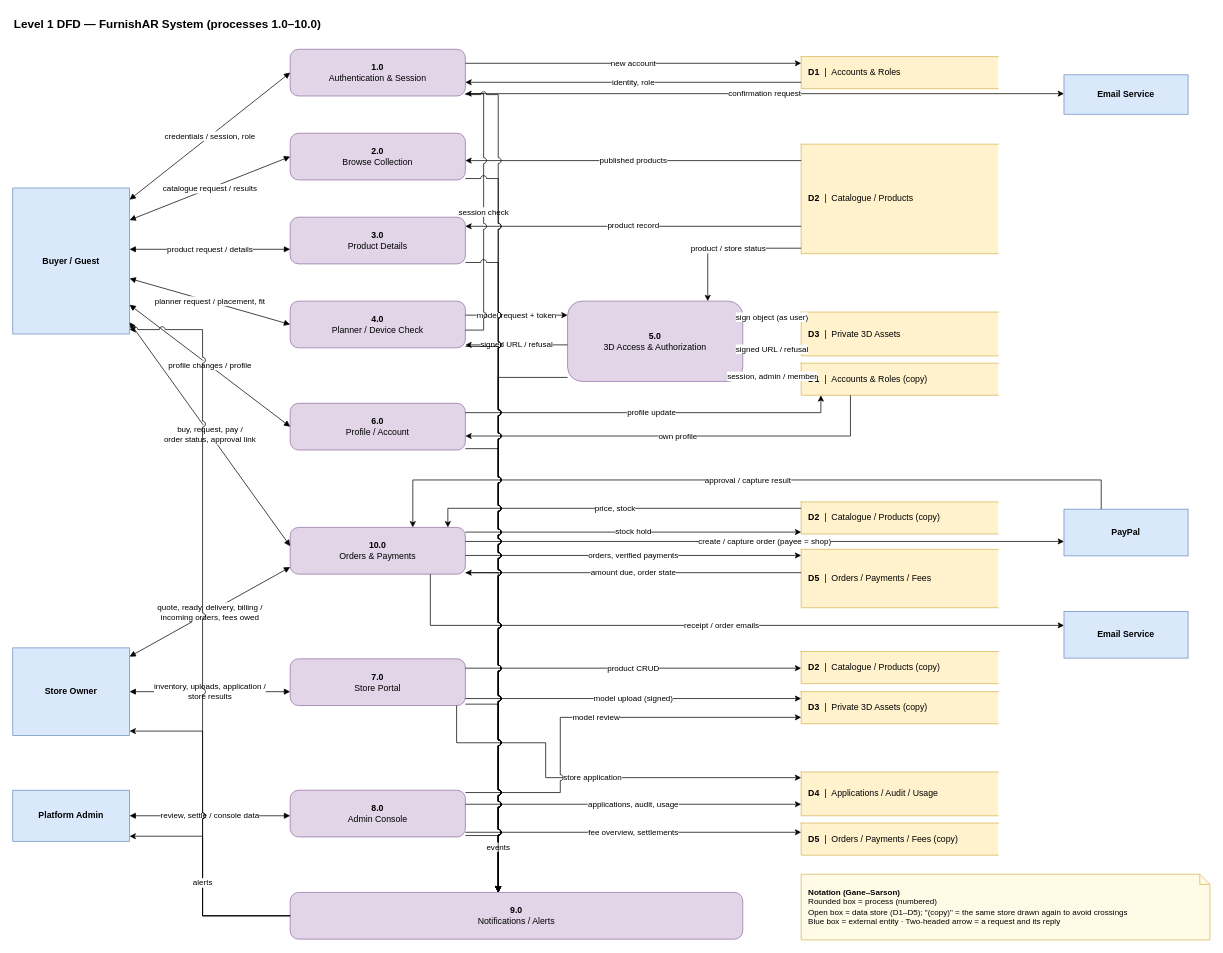
The draw.io diagram page "Level 1 — System DFD" (2 of 13) of docs/FURNISHAR-DFD-V2.drawio in Kenji0000X/FurnishAR.v1, before the edit. Source tidied: cells renumbered, new cells numbered last; positions are measured from the earlier drawing's top-left corner, leaving out a move shared by most shapes. Both pictures are drawn from the tidied source at 73%, with x=0, y=0 at pixel (12, 12).
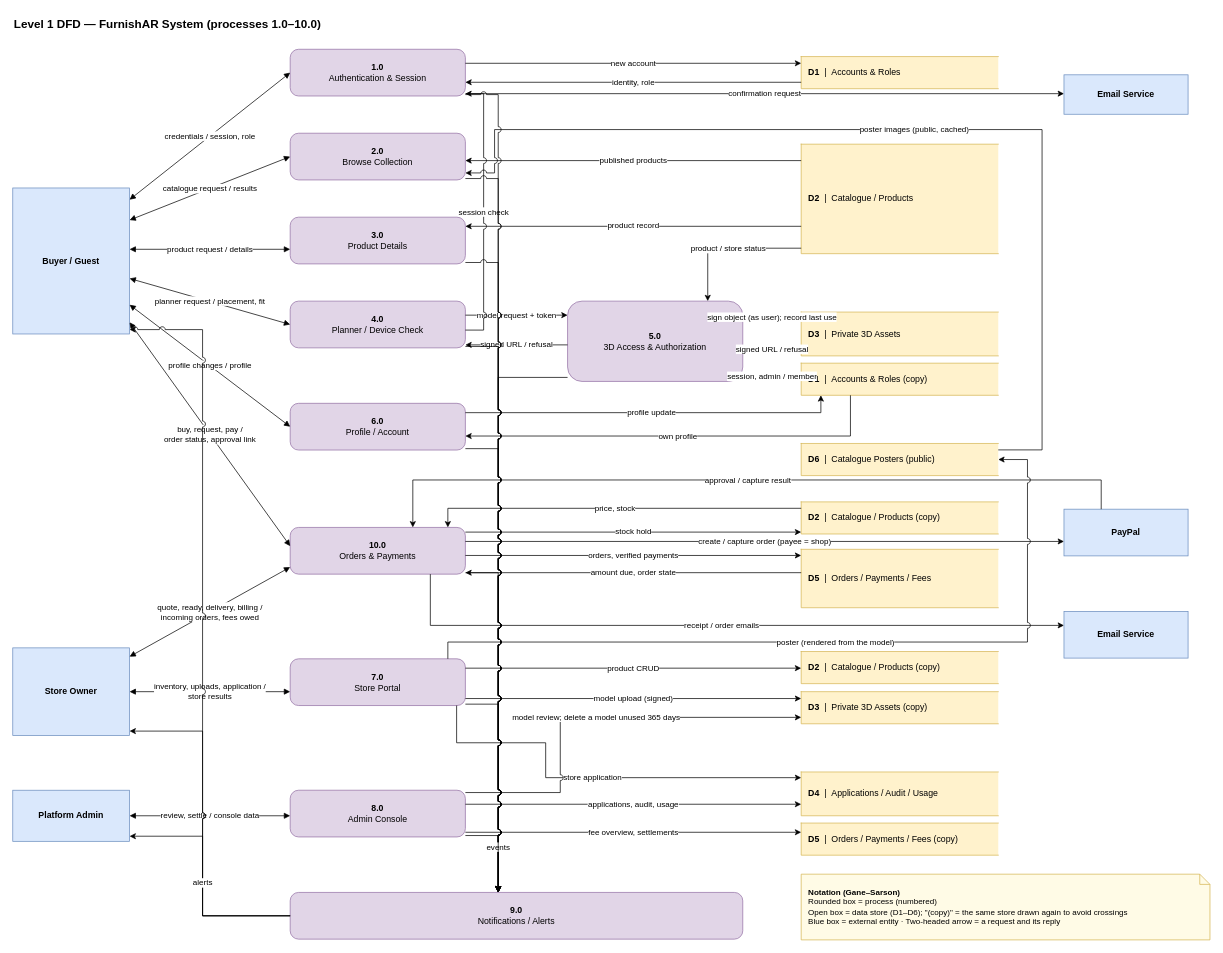
Above is the later version.

Unchanged cells that the change refers to:
```xml
<mxCell id="3" value="Buyer / Guest" style="rounded=0;whiteSpace=wrap;html=1;fillColor=#dae8fc;strokeColor=#6c8ebf;fontStyle=1;" parent="1" vertex="1">
  <mxGeometry y="240" width="160" height="200" as="geometry" />
</mxCell>
<mxCell id="4" value="Store Owner" style="rounded=0;whiteSpace=wrap;html=1;fillColor=#dae8fc;strokeColor=#6c8ebf;fontStyle=1;" parent="1" vertex="1">
  <mxGeometry y="870" width="160" height="120" as="geometry" />
</mxCell>
<mxCell id="5" value="Platform Admin" style="rounded=0;whiteSpace=wrap;html=1;fillColor=#dae8fc;strokeColor=#6c8ebf;fontStyle=1;" parent="1" vertex="1">
  <mxGeometry y="1065" width="160" height="70" as="geometry" />
</mxCell>
<mxCell id="9" value="&lt;b&gt;1.0&lt;/b&gt;&lt;br&gt;Authentication &amp;amp; Session" style="rounded=1;whiteSpace=wrap;html=1;fillColor=#e1d5e7;strokeColor=#9673a6;arcSize=18;" parent="1" vertex="1">
  <mxGeometry x="380" y="50" width="240" height="64" as="geometry" />
</mxCell>
<mxCell id="10" value="&lt;b&gt;2.0&lt;/b&gt;&lt;br&gt;Browse Collection" style="rounded=1;whiteSpace=wrap;html=1;fillColor=#e1d5e7;strokeColor=#9673a6;arcSize=18;" parent="1" vertex="1">
  <mxGeometry x="380" y="165" width="240" height="64" as="geometry" />
</mxCell>
<mxCell id="11" value="&lt;b&gt;3.0&lt;/b&gt;&lt;br&gt;Product Details" style="rounded=1;whiteSpace=wrap;html=1;fillColor=#e1d5e7;strokeColor=#9673a6;arcSize=18;" parent="1" vertex="1">
  <mxGeometry x="380" y="280" width="240" height="64" as="geometry" />
</mxCell>
<mxCell id="12" value="&lt;b&gt;4.0&lt;/b&gt;&lt;br&gt;Planner / Device Check" style="rounded=1;whiteSpace=wrap;html=1;fillColor=#e1d5e7;strokeColor=#9673a6;arcSize=18;" parent="1" vertex="1">
  <mxGeometry x="380" y="395" width="240" height="64" as="geometry" />
</mxCell>
<mxCell id="13" value="&lt;b&gt;6.0&lt;/b&gt;&lt;br&gt;Profile / Account" style="rounded=1;whiteSpace=wrap;html=1;fillColor=#e1d5e7;strokeColor=#9673a6;arcSize=18;" parent="1" vertex="1">
  <mxGeometry x="380" y="535" width="240" height="64" as="geometry" />
</mxCell>
<mxCell id="14" value="&lt;b&gt;10.0&lt;/b&gt;&lt;br&gt;Orders &amp;amp; Payments" style="rounded=1;whiteSpace=wrap;html=1;fillColor=#e1d5e7;strokeColor=#9673a6;arcSize=18;" parent="1" vertex="1">
  <mxGeometry x="380" y="705" width="240" height="64" as="geometry" />
</mxCell>
<mxCell id="15" value="&lt;b&gt;7.0&lt;/b&gt;&lt;br&gt;Store Portal" style="rounded=1;whiteSpace=wrap;html=1;fillColor=#e1d5e7;strokeColor=#9673a6;arcSize=18;" parent="1" vertex="1">
  <mxGeometry x="380" y="885" width="240" height="64" as="geometry" />
</mxCell>
<mxCell id="16" value="&lt;b&gt;8.0&lt;/b&gt;&lt;br&gt;Admin Console" style="rounded=1;whiteSpace=wrap;html=1;fillColor=#e1d5e7;strokeColor=#9673a6;arcSize=18;" parent="1" vertex="1">
  <mxGeometry x="380" y="1065" width="240" height="64" as="geometry" />
</mxCell>
<mxCell id="17" value="&lt;b&gt;5.0&lt;/b&gt;&lt;br&gt;3D Access &amp;amp; Authorization" style="rounded=1;whiteSpace=wrap;html=1;fillColor=#e1d5e7;strokeColor=#9673a6;arcSize=18;" parent="1" vertex="1">
  <mxGeometry x="760" y="395" width="240" height="110" as="geometry" />
</mxCell>
<mxCell id="18" value="&lt;b&gt;9.0&lt;/b&gt;&lt;br&gt;Notifications / Alerts" style="rounded=1;whiteSpace=wrap;html=1;fillColor=#e1d5e7;strokeColor=#9673a6;arcSize=18;" parent="1" vertex="1">
  <mxGeometry x="380" y="1205" width="620" height="64" as="geometry" />
</mxCell>
<mxCell id="21" value="&lt;b&gt;D3&lt;/b&gt;&amp;nbsp;&amp;nbsp;|&amp;nbsp;&amp;nbsp;Private 3D Assets" style="shape=partialRectangle;whiteSpace=wrap;html=1;right=0;fillColor=#fff2cc;strokeColor=#d6b656;align=left;spacingLeft=8;" parent="1" vertex="1">
  <mxGeometry x="1080" y="410" width="270" height="60" as="geometry" />
</mxCell>
<mxCell id="26" value="&lt;b&gt;D3&lt;/b&gt;&amp;nbsp;&amp;nbsp;|&amp;nbsp;&amp;nbsp;Private 3D Assets (copy)" style="shape=partialRectangle;whiteSpace=wrap;html=1;right=0;fillColor=#fff2cc;strokeColor=#d6b656;align=left;spacingLeft=8;" parent="1" vertex="1">
  <mxGeometry x="1080" y="930" width="270" height="44" as="geometry" />
</mxCell>
<mxCell id="27" value="&lt;b&gt;D4&lt;/b&gt;&amp;nbsp;&amp;nbsp;|&amp;nbsp;&amp;nbsp;Applications / Audit / Usage" style="shape=partialRectangle;whiteSpace=wrap;html=1;right=0;fillColor=#fff2cc;strokeColor=#d6b656;align=left;spacingLeft=8;" parent="1" vertex="1">
  <mxGeometry x="1080" y="1040" width="270" height="60" as="geometry" />
</mxCell>
<mxCell id="28" value="&lt;b&gt;D5&lt;/b&gt;&amp;nbsp;&amp;nbsp;|&amp;nbsp;&amp;nbsp;Orders / Payments / Fees (copy)" style="shape=partialRectangle;whiteSpace=wrap;html=1;right=0;fillColor=#fff2cc;strokeColor=#d6b656;align=left;spacingLeft=8;" parent="1" vertex="1">
  <mxGeometry x="1080" y="1110" width="270" height="44" as="geometry" />
</mxCell>
```

What changed in the source:
```diff
@@
+    <mxCell id="78" value="&lt;b&gt;D6&lt;/b&gt;&amp;nbsp;&amp;nbsp;|&amp;nbsp;&amp;nbsp;Catalogue Posters (public)" style="shape=partialRectangle;whiteSpace=wrap;html=1;right=0;fillColor=#fff2cc;strokeColor=#d6b656;align=left;spacingLeft=8;" parent="1" vertex="1">
+      <mxGeometry x="1080" y="590" width="270" height="44" as="geometry" />
+    </mxCell>
@@
-    <mxCell id="29" value="&lt;b&gt;Notation (Gane–Sarson)&lt;/b&gt;&lt;br&gt;Rounded box = process (numbered)&lt;br&gt;Open box = data store (D1–D5); &quot;(copy)&quot; = the same store drawn again to avoid crossings&lt;br&gt;Blue box = external entity · Two-headed arrow = a request and its reply" style="shape=note;whiteSpace=wrap;html=1;size=14;fillColor=#fffbe6;strokeColor=#d6b656;align=left;spacingLeft=8;fontSize=11;" parent="1" vertex="1">
+    <mxCell id="29" value="&lt;b&gt;Notation (Gane–Sarson)&lt;/b&gt;&lt;br&gt;Rounded box = process (numbered)&lt;br&gt;Open box = data store (D1–D6); &quot;(copy)&quot; = the same store drawn again to avoid crossings&lt;br&gt;Blue box = external entity · Two-headed arrow = a request and its reply" style="shape=note;whiteSpace=wrap;html=1;size=14;fillColor=#fffbe6;strokeColor=#d6b656;align=left;spacingLeft=8;fontSize=11;" parent="1" vertex="1">
       <mxGeometry x="1080" y="1180" width="560" height="90" as="geometry" />
     </mxCell>
@@
-    <mxCell id="48" value="sign object (as user)" style="edgeStyle=orthogonalEdgeStyle;rounded=0;jettySize=auto;html=1;fontSize=11;labelBackgroundColor=#ffffff;jumpStyle=arc;jumpSize=8;exitX=1;exitY=0.2;exitDx=0;exitDy=0;entryX=0;entryY=0.1167;entryDx=0;entryDy=0;" parent="1" edge="1" source="17" target="21">
+    <mxCell id="48" value="sign object (as user); record last use" style="edgeStyle=orthogonalEdgeStyle;rounded=0;jettySize=auto;html=1;fontSize=11;labelBackgroundColor=#ffffff;jumpStyle=arc;jumpSize=8;exitX=1;exitY=0.2;exitDx=0;exitDy=0;entryX=0;entryY=0.1167;entryDx=0;entryDy=0;" parent="1" edge="1" source="17" target="21">
       <mxGeometry relative="1" as="geometry" />
     </mxCell>
@@
-    <mxCell id="62" value="store application" style="edgeStyle=orthogonalEdgeStyle;rounded=0;jettySize=auto;html=1;fontSize=11;labelBackgroundColor=#ffffff;jumpStyle=arc;jumpSize=8;exitX=0.95;exitY=1;exitDx=0;exitDy=0;entryX=0;entryY=0.13;entryDx=0;entryDy=0;" parent="1" edge="1" source="15" target="27">
+    <mxCell id="62" value="poster (rendered from the model)" style="edgeStyle=orthogonalEdgeStyle;rounded=0;jettySize=auto;html=1;fontSize=11;labelBackgroundColor=#ffffff;jumpStyle=arc;jumpSize=8;exitX=0.9;exitY=0;exitDx=0;exitDy=0;entryX=1;entryY=0.5;entryDx=0;entryDy=0;" parent="1" edge="1" source="15" target="78">
       <mxGeometry relative="1" as="geometry">
         <Array as="points">
-          <mxPoint x="608" y="1000" />
-          <mxPoint x="730" y="1000" />
-          <mxPoint x="730" y="1047.8" />
+          <mxPoint x="596" y="862" />
+          <mxPoint x="1390" y="862" />
+          <mxPoint x="1390" y="612" />
         </Array>
       </mxGeometry>
     </mxCell>
-    <mxCell id="63" value="applications, audit, usage" style="edgeStyle=orthogonalEdgeStyle;rounded=0;jettySize=auto;html=1;fontSize=11;labelBackgroundColor=#ffffff;jumpStyle=arc;jumpSize=8;exitX=1;exitY=0.3;exitDx=0;exitDy=0;entryX=0;entryY=0.7367;entryDx=0;entryDy=0;" parent="1" edge="1" source="16" target="27">
-      <mxGeometry relative="1" as="geometry" />
+    <mxCell id="63" value="poster images (public, cached)" style="edgeStyle=orthogonalEdgeStyle;rounded=0;jettySize=auto;html=1;fontSize=11;labelBackgroundColor=#ffffff;jumpStyle=arc;jumpSize=8;exitX=1;exitY=0.2;exitDx=0;exitDy=0;entryX=1;entryY=0.85;entryDx=0;entryDy=0;" parent="1" edge="1" source="78" target="10">
+      <mxGeometry relative="1" as="geometry">
+        <Array as="points">
+          <mxPoint x="1410" y="598.8" />
+          <mxPoint x="1410" y="160" />
+          <mxPoint x="660" y="160" />
+          <mxPoint x="660" y="219.4" />
+        </Array>
+      </mxGeometry>
     </mxCell>
-    <mxCell id="64" value="fee overview, settlements" style="edgeStyle=orthogonalEdgeStyle;rounded=0;jettySize=auto;html=1;fontSize=11;labelBackgroundColor=#ffffff;jumpStyle=arc;jumpSize=8;exitX=1;exitY=0.9;exitDx=0;exitDy=0;entryX=0;entryY=0.2864;entryDx=0;entryDy=0;" parent="1" edge="1" source="16" target="28">
-      <mxGeometry relative="1" as="geometry" />
+    <mxCell id="64" value="store application" style="edgeStyle=orthogonalEdgeStyle;rounded=0;jettySize=auto;html=1;fontSize=11;labelBackgroundColor=#ffffff;jumpStyle=arc;jumpSize=8;exitX=0.95;exitY=1;exitDx=0;exitDy=0;entryX=0;entryY=0.13;entryDx=0;entryDy=0;" parent="1" edge="1" source="15" target="27">
+      <mxGeometry relative="1" as="geometry">
+        <Array as="points">
+          <mxPoint x="608" y="1000" />
+          <mxPoint x="730" y="1000" />
+          <mxPoint x="730" y="1047.8" />
+        </Array>
+      </mxGeometry>
     </mxCell>
-    <mxCell id="65" value="model review" style="edgeStyle=orthogonalEdgeStyle;rounded=0;jettySize=auto;html=1;fontSize=11;labelBackgroundColor=#ffffff;jumpStyle=arc;jumpSize=8;exitX=1;exitY=0.05;exitDx=0;exitDy=0;entryX=0;entryY=0.8;entryDx=0;entryDy=0;" parent="1" edge="1" source="16" target="26">
-      <mxGeometry relative="1" as="geometry">
-        <Array as="points">
-          <mxPoint x="750" y="1068.2" />
-          <mxPoint x="750" y="965.2" />
-        </Array>
-      </mxGeometry>
+    <mxCell id="65" value="applications, audit, usage" style="edgeStyle=orthogonalEdgeStyle;rounded=0;jettySize=auto;html=1;fontSize=11;labelBackgroundColor=#ffffff;jumpStyle=arc;jumpSize=8;exitX=1;exitY=0.3;exitDx=0;exitDy=0;entryX=0;entryY=0.7367;entryDx=0;entryDy=0;" parent="1" edge="1" source="16" target="27">
+      <mxGeometry relative="1" as="geometry" />
     </mxCell>
-    <mxCell id="66" style="edgeStyle=orthogonalEdgeStyle;rounded=0;jettySize=auto;html=1;fontSize=11;labelBackgroundColor=#ffffff;jumpStyle=arc;jumpSize=8;exitX=1;exitY=0.97;exitDx=0;exitDy=0;entryX=0.4597;entryY=0;entryDx=0;entryDy=0;" parent="1" edge="1" source="9" target="18">
-      <mxGeometry relative="1" as="geometry">
-        <Array as="points">
-          <mxPoint x="665" y="112.1" />
-          <mxPoint x="665" y="1205" />
-        </Array>
-      </mxGeometry>
+    <mxCell id="66" value="fee overview, settlements" style="edgeStyle=orthogonalEdgeStyle;rounded=0;jettySize=auto;html=1;fontSize=11;labelBackgroundColor=#ffffff;jumpStyle=arc;jumpSize=8;exitX=1;exitY=0.9;exitDx=0;exitDy=0;entryX=0;entryY=0.2864;entryDx=0;entryDy=0;" parent="1" edge="1" source="16" target="28">
+      <mxGeometry relative="1" as="geometry" />
     </mxCell>
-    <mxCell id="67" style="edgeStyle=orthogonalEdgeStyle;rounded=0;jettySize=auto;html=1;fontSize=11;labelBackgroundColor=#ffffff;jumpStyle=arc;jumpSize=8;exitX=1;exitY=0.97;exitDx=0;exitDy=0;entryX=0.4597;entryY=0;entryDx=0;entryDy=0;" parent="1" edge="1" source="10" target="18">
+    <mxCell id="67" value="model review; delete a model unused 365 days" style="edgeStyle=orthogonalEdgeStyle;rounded=0;jettySize=auto;html=1;fontSize=11;labelBackgroundColor=#ffffff;jumpStyle=arc;jumpSize=8;exitX=1;exitY=0.05;exitDx=0;exitDy=0;entryX=0;entryY=0.8;entryDx=0;entryDy=0;" parent="1" edge="1" source="16" target="26">
       <mxGeometry relative="1" as="geometry">
         <Array as="points">
-          <mxPoint x="665" y="227.1" />
-          <mxPoint x="665" y="1205" />
+          <mxPoint x="750" y="1068.2" />
+          <mxPoint x="750" y="965.2" />
         </Array>
       </mxGeometry>
     </mxCell>
-    <mxCell id="68" style="edgeStyle=orthogonalEdgeStyle;rounded=0;jettySize=auto;html=1;fontSize=11;labelBackgroundColor=#ffffff;jumpStyle=arc;jumpSize=8;exitX=1;exitY=0.97;exitDx=0;exitDy=0;entryX=0.4597;entryY=0;entryDx=0;entryDy=0;" parent="1" edge="1" source="11" target="18">
+    <mxCell id="68" style="edgeStyle=orthogonalEdgeStyle;rounded=0;jettySize=auto;html=1;fontSize=11;labelBackgroundColor=#ffffff;jumpStyle=arc;jumpSize=8;exitX=1;exitY=0.97;exitDx=0;exitDy=0;entryX=0.4597;entryY=0;entryDx=0;entryDy=0;" parent="1" edge="1" source="9" target="18">
       <mxGeometry relative="1" as="geometry">
         <Array as="points">
-          <mxPoint x="665" y="342.1" />
+          <mxPoint x="665" y="112.1" />
           <mxPoint x="665" y="1205" />
         </Array>
       </mxGeometry>
     </mxCell>
-    <mxCell id="69" style="edgeStyle=orthogonalEdgeStyle;rounded=0;jettySize=auto;html=1;fontSize=11;labelBackgroundColor=#ffffff;jumpStyle=arc;jumpSize=8;exitX=1;exitY=0.97;exitDx=0;exitDy=0;entryX=0.4597;entryY=0;entryDx=0;entryDy=0;" parent="1" edge="1" source="12" target="18">
+    <mxCell id="69" style="edgeStyle=orthogonalEdgeStyle;rounded=0;jettySize=auto;html=1;fontSize=11;labelBackgroundColor=#ffffff;jumpStyle=arc;jumpSize=8;exitX=1;exitY=0.97;exitDx=0;exitDy=0;entryX=0.4597;entryY=0;entryDx=0;entryDy=0;" parent="1" edge="1" source="10" target="18">
       <mxGeometry relative="1" as="geometry">
         <Array as="points">
-          <mxPoint x="665" y="457.1" />
+          <mxPoint x="665" y="227.1" />
           <mxPoint x="665" y="1205" />
         </Array>
       </mxGeometry>
     </mxCell>
-    <mxCell id="70" style="edgeStyle=orthogonalEdgeStyle;rounded=0;jettySize=auto;html=1;fontSize=11;labelBackgroundColor=#ffffff;jumpStyle=arc;jumpSize=8;exitX=1;exitY=0.97;exitDx=0;exitDy=0;entryX=0.4597;entryY=0;entryDx=0;entryDy=0;" parent="1" edge="1" source="13" target="18">
+    <mxCell id="70" style="edgeStyle=orthogonalEdgeStyle;rounded=0;jettySize=auto;html=1;fontSize=11;labelBackgroundColor=#ffffff;jumpStyle=arc;jumpSize=8;exitX=1;exitY=0.97;exitDx=0;exitDy=0;entryX=0.4597;entryY=0;entryDx=0;entryDy=0;" parent="1" edge="1" source="11" target="18">
       <mxGeometry relative="1" as="geometry">
         <Array as="points">
-          <mxPoint x="665" y="597.1" />
+          <mxPoint x="665" y="342.1" />
           <mxPoint x="665" y="1205" />
         </Array>
       </mxGeometry>
     </mxCell>
-    <mxCell id="71" style="edgeStyle=orthogonalEdgeStyle;rounded=0;jettySize=auto;html=1;fontSize=11;labelBackgroundColor=#ffffff;jumpStyle=arc;jumpSize=8;exitX=1;exitY=0.97;exitDx=0;exitDy=0;entryX=0.4597;entryY=0;entryDx=0;entryDy=0;" parent="1" edge="1" source="14" target="18">
+    <mxCell id="71" style="edgeStyle=orthogonalEdgeStyle;rounded=0;jettySize=auto;html=1;fontSize=11;labelBackgroundColor=#ffffff;jumpStyle=arc;jumpSize=8;exitX=1;exitY=0.97;exitDx=0;exitDy=0;entryX=0.4597;entryY=0;entryDx=0;entryDy=0;" parent="1" edge="1" source="12" target="18">
       <mxGeometry relative="1" as="geometry">
         <Array as="points">
-          <mxPoint x="665" y="767.1" />
+          <mxPoint x="665" y="457.1" />
           <mxPoint x="665" y="1205" />
         </Array>
       </mxGeometry>
     </mxCell>
-    <mxCell id="72" style="edgeStyle=orthogonalEdgeStyle;rounded=0;jettySize=auto;html=1;fontSize=11;labelBackgroundColor=#ffffff;jumpStyle=arc;jumpSize=8;exitX=1;exitY=0.97;exitDx=0;exitDy=0;entryX=0.4597;entryY=0;entryDx=0;entryDy=0;" parent="1" edge="1" source="15" target="18">
+    <mxCell id="72" style="edgeStyle=orthogonalEdgeStyle;rounded=0;jettySize=auto;html=1;fontSize=11;labelBackgroundColor=#ffffff;jumpStyle=arc;jumpSize=8;exitX=1;exitY=0.97;exitDx=0;exitDy=0;entryX=0.4597;entryY=0;entryDx=0;entryDy=0;" parent="1" edge="1" source="13" target="18">
       <mxGeometry relative="1" as="geometry">
         <Array as="points">
-          <mxPoint x="665" y="947.1" />
+          <mxPoint x="665" y="597.1" />
           <mxPoint x="665" y="1205" />
         </Array>
       </mxGeometry>
     </mxCell>
-    <mxCell id="73" value="events" style="edgeStyle=orthogonalEdgeStyle;rounded=0;jettySize=auto;html=1;fontSize=11;labelBackgroundColor=#ffffff;jumpStyle=arc;jumpSize=8;exitX=1;exitY=0.97;exitDx=0;exitDy=0;entryX=0.4597;entryY=0;entryDx=0;entryDy=0;" parent="1" edge="1" source="16" target="18">
+    <mxCell id="73" style="edgeStyle=orthogonalEdgeStyle;rounded=0;jettySize=auto;html=1;fontSize=11;labelBackgroundColor=#ffffff;jumpStyle=arc;jumpSize=8;exitX=1;exitY=0.97;exitDx=0;exitDy=0;entryX=0.4597;entryY=0;entryDx=0;entryDy=0;" parent="1" edge="1" source="14" target="18">
       <mxGeometry relative="1" as="geometry">
         <Array as="points">
-          <mxPoint x="665" y="1127.1" />
+          <mxPoint x="665" y="767.1" />
           <mxPoint x="665" y="1205" />
         </Array>
       </mxGeometry>
     </mxCell>
-    <mxCell id="74" style="edgeStyle=orthogonalEdgeStyle;rounded=0;jettySize=auto;html=1;fontSize=11;labelBackgroundColor=#ffffff;jumpStyle=arc;jumpSize=8;exitX=0;exitY=0.95;exitDx=0;exitDy=0;entryX=0.4597;entryY=0;entryDx=0;entryDy=0;" parent="1" edge="1" source="17" target="18">
+    <mxCell id="74" style="edgeStyle=orthogonalEdgeStyle;rounded=0;jettySize=auto;html=1;fontSize=11;labelBackgroundColor=#ffffff;jumpStyle=arc;jumpSize=8;exitX=1;exitY=0.97;exitDx=0;exitDy=0;entryX=0.4597;entryY=0;entryDx=0;entryDy=0;" parent="1" edge="1" source="15" target="18">
       <mxGeometry relative="1" as="geometry">
         <Array as="points">
-          <mxPoint x="665" y="499.5" />
+          <mxPoint x="665" y="947.1" />
           <mxPoint x="665" y="1205" />
         </Array>
       </mxGeometry>
     </mxCell>
-    <mxCell id="75" style="edgeStyle=orthogonalEdgeStyle;rounded=0;jettySize=auto;html=1;fontSize=11;labelBackgroundColor=#ffffff;jumpStyle=arc;jumpSize=8;exitX=0;exitY=0.5;exitDx=0;exitDy=0;entryX=1;entryY=0.97;entryDx=0;entryDy=0;" parent="1" edge="1" source="18" target="3">
+    <mxCell id="75" value="events" style="edgeStyle=orthogonalEdgeStyle;rounded=0;jettySize=auto;html=1;fontSize=11;labelBackgroundColor=#ffffff;jumpStyle=arc;jumpSize=8;exitX=1;exitY=0.97;exitDx=0;exitDy=0;entryX=0.4597;entryY=0;entryDx=0;entryDy=0;" parent="1" edge="1" source="16" target="18">
       <mxGeometry relative="1" as="geometry">
         <Array as="points">
-          <mxPoint x="260" y="1237" />
-          <mxPoint x="260" y="434" />
+          <mxPoint x="665" y="1127.1" />
+          <mxPoint x="665" y="1205" />
         </Array>
       </mxGeometry>
     </mxCell>
-    <mxCell id="76" style="edgeStyle=orthogonalEdgeStyle;rounded=0;jettySize=auto;html=1;fontSize=11;labelBackgroundColor=#ffffff;jumpStyle=arc;jumpSize=8;exitX=0;exitY=0.5;exitDx=0;exitDy=0;entryX=1;entryY=0.95;entryDx=0;entryDy=0;" parent="1" edge="1" source="18" target="4">
+    <mxCell id="76" style="edgeStyle=orthogonalEdgeStyle;rounded=0;jettySize=auto;html=1;fontSize=11;labelBackgroundColor=#ffffff;jumpStyle=arc;jumpSize=8;exitX=0;exitY=0.95;exitDx=0;exitDy=0;entryX=0.4597;entryY=0;entryDx=0;entryDy=0;" parent="1" edge="1" source="17" target="18">
       <mxGeometry relative="1" as="geometry">
         <Array as="points">
-          <mxPoint x="260" y="1237" />
-          <mxPoint x="260" y="984" />
+          <mxPoint x="665" y="499.5" />
+          <mxPoint x="665" y="1205" />
         </Array>
       </mxGeometry>
     </mxCell>
-    <mxCell id="77" value="alerts" style="edgeStyle=orthogonalEdgeStyle;rounded=0;jettySize=auto;html=1;fontSize=11;labelBackgroundColor=#ffffff;jumpStyle=arc;jumpSize=8;exitX=0;exitY=0.5;exitDx=0;exitDy=0;entryX=1;entryY=0.9;entryDx=0;entryDy=0;" parent="1" edge="1" source="18" target="5">
+    <mxCell id="77" style="edgeStyle=orthogonalEdgeStyle;rounded=0;jettySize=auto;html=1;fontSize=11;labelBackgroundColor=#ffffff;jumpStyle=arc;jumpSize=8;exitX=0;exitY=0.5;exitDx=0;exitDy=0;entryX=1;entryY=0.97;entryDx=0;entryDy=0;" parent="1" edge="1" source="18" target="3">
       <mxGeometry relative="1" as="geometry">
         <Array as="points">
           <mxPoint x="260" y="1237" />
-          <mxPoint x="260" y="1128" />
+          <mxPoint x="260" y="434" />
         </Array>
       </mxGeometry>
     </mxCell>
+    <mxCell id="79" style="edgeStyle=orthogonalEdgeStyle;rounded=0;jettySize=auto;html=1;fontSize=11;labelBackgroundColor=#ffffff;jumpStyle=arc;jumpSize=8;exitX=0;exitY=0.5;exitDx=0;exitDy=0;entryX=1;entryY=0.95;entryDx=0;entryDy=0;" parent="1" edge="1" source="18" target="4">
+      <mxGeometry relative="1" as="geometry">
+        <Array as="points">
+          <mxPoint x="260" y="1237" />
+          <mxPoint x="260" y="984" />
+        </Array>
+      </mxGeometry>
+    </mxCell>
+    <mxCell id="80" value="alerts" style="edgeStyle=orthogonalEdgeStyle;rounded=0;jettySize=auto;html=1;fontSize=11;labelBackgroundColor=#ffffff;jumpStyle=arc;jumpSize=8;exitX=0;exitY=0.5;exitDx=0;exitDy=0;entryX=1;entryY=0.9;entryDx=0;entryDy=0;" parent="1" edge="1" source="18" target="5">
+      <mxGeometry relative="1" as="geometry">
+        <Array as="points">
+          <mxPoint x="260" y="1237" />
+          <mxPoint x="260" y="1128" />
+        </Array>
+      </mxGeometry>
+    </mxCell>
```
